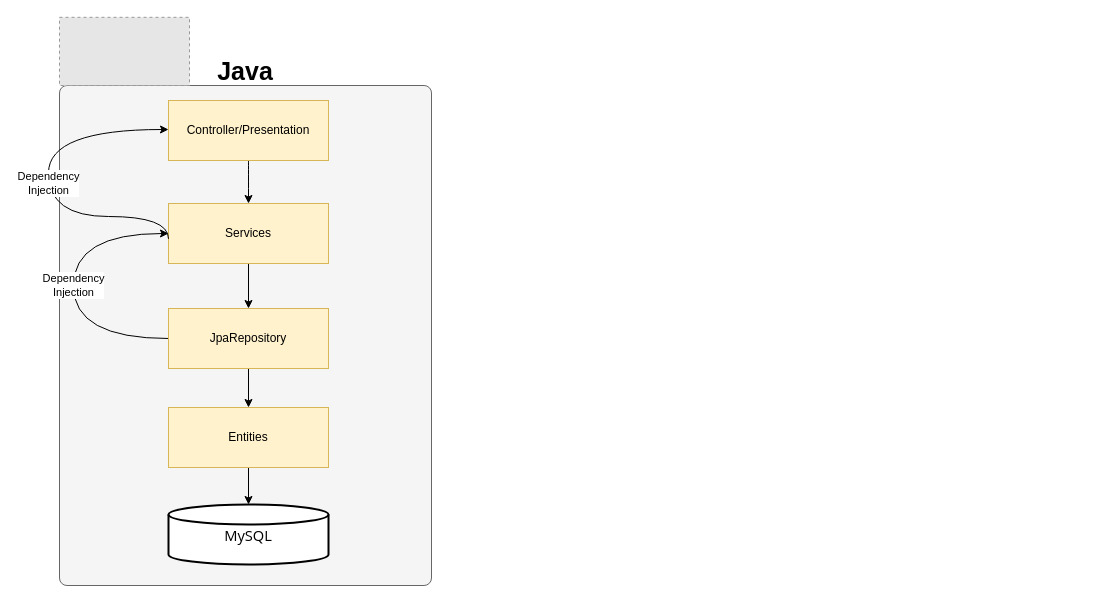
This is page "Full Stack Application" (6 of 8) of Drawing.drawio from zcomert/java-mysql-react-full-stack-employee-spa, a draw.io file, before an edit. Source tidied: cells renumbered, new cells numbered last; positions are measured from the earlier drawing's top-left corner, leaving out a move shared by most shapes. Both pictures are drawn from the tidied source at 100%, with x=0, y=0 at pixel (48, 17). Pictures stored in the file or linked from it are replaced by grey dashed boxes.
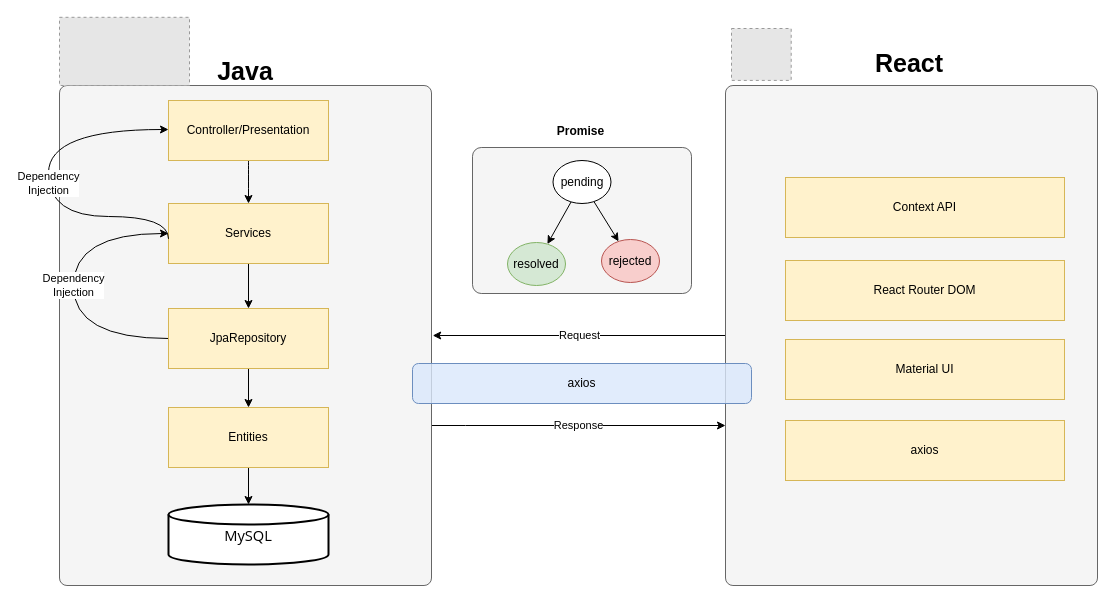
After the change.

Unchanged cells that the change refers to:
```xml
<mxCell id="2" style="rounded=1;whiteSpace=wrap;html=1;arcSize=2;fillColor=#f5f5f5;strokeColor=#666666;fontColor=#333333;" parent="1" vertex="1">
  <mxGeometry x="11" y="68" width="372" height="500" as="geometry" />
</mxCell>
```

What changed in the source:
```diff
@@
+    <mxCell id="16" style="rounded=1;whiteSpace=wrap;html=1;fillColor=#f5f5f5;strokeColor=#666666;fontColor=#333333;arcSize=6;" parent="1" vertex="1">
+      <mxGeometry x="424" y="130" width="219" height="146" as="geometry" />
+    </mxCell>
+    <mxCell id="17" value="Response" style="edgeStyle=orthogonalEdgeStyle;rounded=0;jettySize=auto;html=1;entryX=0;entryY=0.68;entryDx=0;entryDy=0;entryPerimeter=0;" parent="1" edge="1" source="2" target="20">
+      <mxGeometry relative="1" as="geometry">
+        <Array as="points">
+          <mxPoint x="417" y="408" />
+          <mxPoint x="417" y="408" />
+        </Array>
+      </mxGeometry>
+    </mxCell>
@@
+    <mxCell id="18" value="React" style="text;html=1;strokeColor=none;fillColor=none;align=center;verticalAlign=middle;whiteSpace=wrap;rounded=0;fontSize=25;fontStyle=1;" parent="1" vertex="1">
+      <mxGeometry x="677" y="29.8" width="368" height="30" as="geometry" />
+    </mxCell>
+    <mxCell id="19" value="Request" style="edgeStyle=orthogonalEdgeStyle;rounded=0;jettySize=auto;html=1;" parent="1" edge="1" source="20">
+      <mxGeometry relative="1" as="geometry">
+        <mxPoint x="384.2" y="318" as="targetPoint" />
+      </mxGeometry>
+    </mxCell>
+    <mxCell id="20" style="rounded=1;whiteSpace=wrap;html=1;arcSize=2;fillColor=#f5f5f5;strokeColor=#666666;fontColor=#333333;" parent="1" vertex="1">
+      <mxGeometry x="677" y="68" width="372" height="500" as="geometry" />
+    </mxCell>
+    <mxCell id="21" style="fillColor=#E6E6E6;strokeColor=#999999;dashed=1;verticalLabelPosition=bottom;labelBackgroundColor=#ffffff;verticalAlign=top;" parent="1" vertex="1">
+      <mxGeometry x="683" y="11" width="59.7" height="51.9" as="geometry" />
+    </mxCell>
+    <mxCell id="22" value="axios" style="rounded=1;whiteSpace=wrap;html=1;fillColor=#dae8fc;strokeColor=#6c8ebf;fillOpacity=80;" parent="1" vertex="1">
+      <mxGeometry x="364" y="346" width="339" height="40" as="geometry" />
+    </mxCell>
+    <mxCell id="23" value="React Router DOM" style="rounded=0;whiteSpace=wrap;html=1;fillColor=#fff2cc;strokeColor=#d6b656;" parent="1" vertex="1">
+      <mxGeometry x="737" y="243" width="279" height="60" as="geometry" />
+    </mxCell>
+    <mxCell id="24" value="axios" style="rounded=0;whiteSpace=wrap;html=1;fillColor=#fff2cc;strokeColor=#d6b656;" parent="1" vertex="1">
+      <mxGeometry x="737" y="403" width="279" height="60" as="geometry" />
+    </mxCell>
+    <mxCell id="25" value="Material UI" style="rounded=0;whiteSpace=wrap;html=1;fillColor=#fff2cc;strokeColor=#d6b656;" parent="1" vertex="1">
+      <mxGeometry x="737" y="322" width="279" height="60" as="geometry" />
+    </mxCell>
+    <mxCell id="26" value="Context API" style="rounded=0;whiteSpace=wrap;html=1;fillColor=#fff2cc;strokeColor=#d6b656;" parent="1" vertex="1">
+      <mxGeometry x="737" y="160" width="279" height="60" as="geometry" />
+    </mxCell>
+    <mxCell id="27" style="rounded=0;jettySize=auto;html=1;" parent="1" edge="1" source="30" target="31">
+      <mxGeometry relative="1" as="geometry" />
+    </mxCell>
+    <mxCell id="28" style="rounded=0;jettySize=auto;html=1;entryX=0.5;entryY=0;entryDx=0;entryDy=0;strokeColor=none;" parent="1" edge="1" source="30" target="32">
+      <mxGeometry relative="1" as="geometry" />
+    </mxCell>
+    <mxCell id="29" style="edgeStyle=none;rounded=0;jettySize=auto;html=1;" parent="1" edge="1" source="30" target="32">
+      <mxGeometry relative="1" as="geometry" />
+    </mxCell>
+    <mxCell id="30" value="pending" style="ellipse;whiteSpace=wrap;html=1;" parent="1" vertex="1">
+      <mxGeometry x="504.5" y="143" width="58" height="43" as="geometry" />
+    </mxCell>
+    <mxCell id="31" value="resolved" style="ellipse;whiteSpace=wrap;html=1;fillColor=#d5e8d4;strokeColor=#82b366;" parent="1" vertex="1">
+      <mxGeometry x="459" y="225" width="58" height="43" as="geometry" />
+    </mxCell>
+    <mxCell id="32" value="rejected" style="ellipse;whiteSpace=wrap;html=1;fillColor=#f8cecc;strokeColor=#b85450;" parent="1" vertex="1">
+      <mxGeometry x="553" y="222" width="58" height="43" as="geometry" />
+    </mxCell>
+    <mxCell id="33" value="Promise" style="text;html=1;strokeColor=none;fillColor=none;align=center;verticalAlign=middle;whiteSpace=wrap;rounded=0;fontStyle=1;" parent="1" vertex="1">
+      <mxGeometry x="424" y="104" width="217" height="20" as="geometry" />
+    </mxCell>
```
